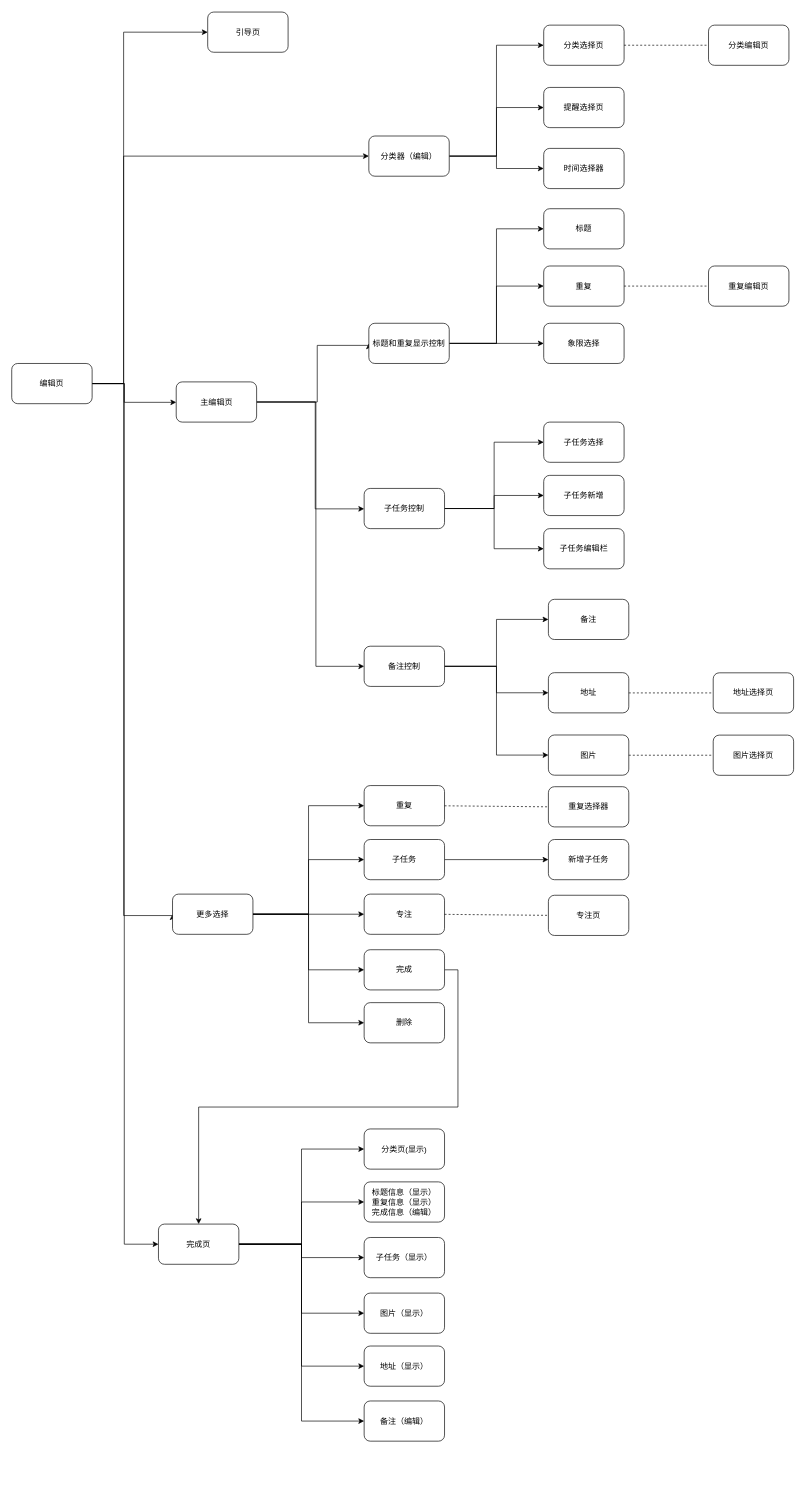
Above: page "编辑页业务" (1 of 3) of 时光序编辑页.drawio in cangwang/Canvas (draw.io), before the change. Source tidied: cells renumbered, new cells numbered last; positions are measured from the earlier drawing's top-left corner, leaving out a move shared by most shapes. Both pictures are drawn from the tidied source at 67%, with x=0, y=0 at pixel (11, 11).
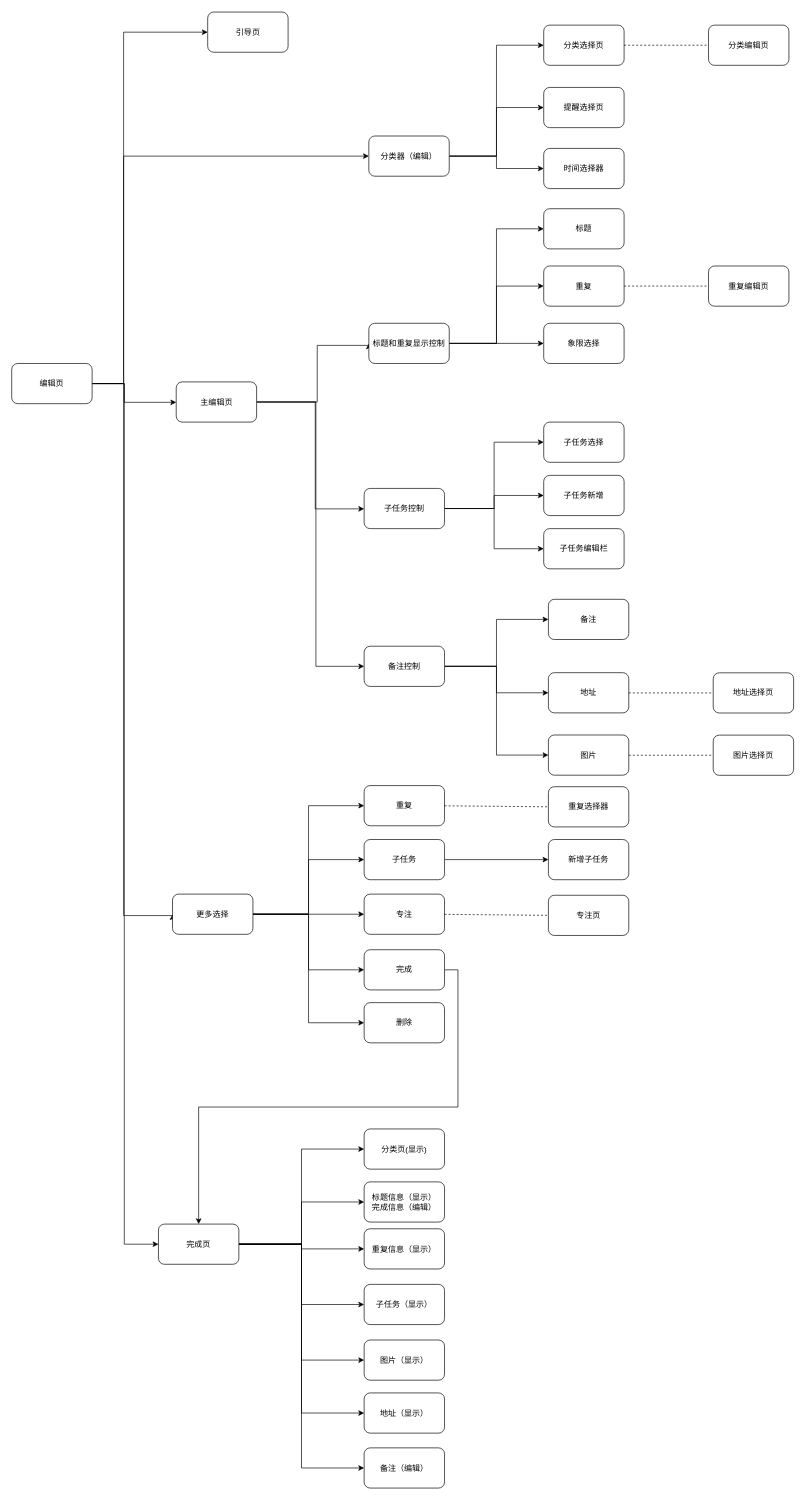
The same page after the edit.

Commit message:
Update 时光序编辑页.drawio

The change refers to these unchanged cells:
```xml
<mxCell id="22" value="完成页" style="rounded=1;whiteSpace=wrap;html=1;" parent="1" vertex="1">
  <mxGeometry x="219" y="1809.5" width="120" height="60" as="geometry" />
</mxCell>
```

Diff of the diagram source:
```diff
@@
-    <mxCell id="18" style="edgeStyle=orthogonalEdgeStyle;rounded=0;jettySize=auto;html=1;exitX=1;exitY=0.5;exitDx=0;exitDy=0;" parent="1" edge="1" source="22" target="59">
-      <mxGeometry relative="1" as="geometry" />
-    </mxCell>
@@
+    <mxCell id="80" style="edgeStyle=orthogonalEdgeStyle;rounded=0;jettySize=auto;html=1;exitX=1;exitY=0.5;exitDx=0;exitDy=0;" parent="1" edge="1" source="22" target="81">
+      <mxGeometry relative="1" as="geometry" />
+    </mxCell>
+    <mxCell id="18" style="edgeStyle=orthogonalEdgeStyle;rounded=0;jettySize=auto;html=1;exitX=1;exitY=0.5;exitDx=0;exitDy=0;entryX=0;entryY=0.5;entryDx=0;entryDy=0;" parent="1" edge="1" source="22" target="59">
+      <mxGeometry relative="1" as="geometry" />
+    </mxCell>
@@
-    <mxCell id="58" value="标题信息（显示）&lt;br&gt;重复信息（显示）&lt;br&gt;完成信息（编辑）" style="rounded=1;whiteSpace=wrap;html=1;" parent="1" vertex="1">
+    <mxCell id="58" value="标题信息（显示）&lt;br&gt;完成信息（编辑）" style="rounded=1;whiteSpace=wrap;html=1;" parent="1" vertex="1">
       <mxGeometry x="526" y="1746.5" width="120" height="60" as="geometry" />
     </mxCell>
     <mxCell id="59" value="子任务（显示）" style="rounded=1;whiteSpace=wrap;html=1;" parent="1" vertex="1">
-      <mxGeometry x="526" y="1829.5" width="120" height="60" as="geometry" />
+      <mxGeometry x="526" y="1899.5" width="120" height="60" as="geometry" />
     </mxCell>
     <mxCell id="60" value="图片（显示）" style="rounded=1;whiteSpace=wrap;html=1;" parent="1" vertex="1">
-      <mxGeometry x="526" y="1912.5" width="120" height="60" as="geometry" />
+      <mxGeometry x="526" y="1982.5" width="120" height="60" as="geometry" />
     </mxCell>
     <mxCell id="61" value="地址（显示）" style="rounded=1;whiteSpace=wrap;html=1;" parent="1" vertex="1">
-      <mxGeometry x="526" y="1991.5" width="120" height="60" as="geometry" />
+      <mxGeometry x="526" y="2061.5" width="120" height="60" as="geometry" />
     </mxCell>
     <mxCell id="62" value="备注（编辑）" style="rounded=1;whiteSpace=wrap;html=1;" parent="1" vertex="1">
-      <mxGeometry x="526" y="2073.5" width="120" height="60" as="geometry" />
+      <mxGeometry x="526" y="2143.5" width="120" height="60" as="geometry" />
     </mxCell>
@@
+    <mxCell id="81" value="重复信息（显示）" style="rounded=1;whiteSpace=wrap;html=1;" parent="1" vertex="1">
+      <mxGeometry x="526" y="1816.5" width="120" height="60" as="geometry" />
+    </mxCell>
```
